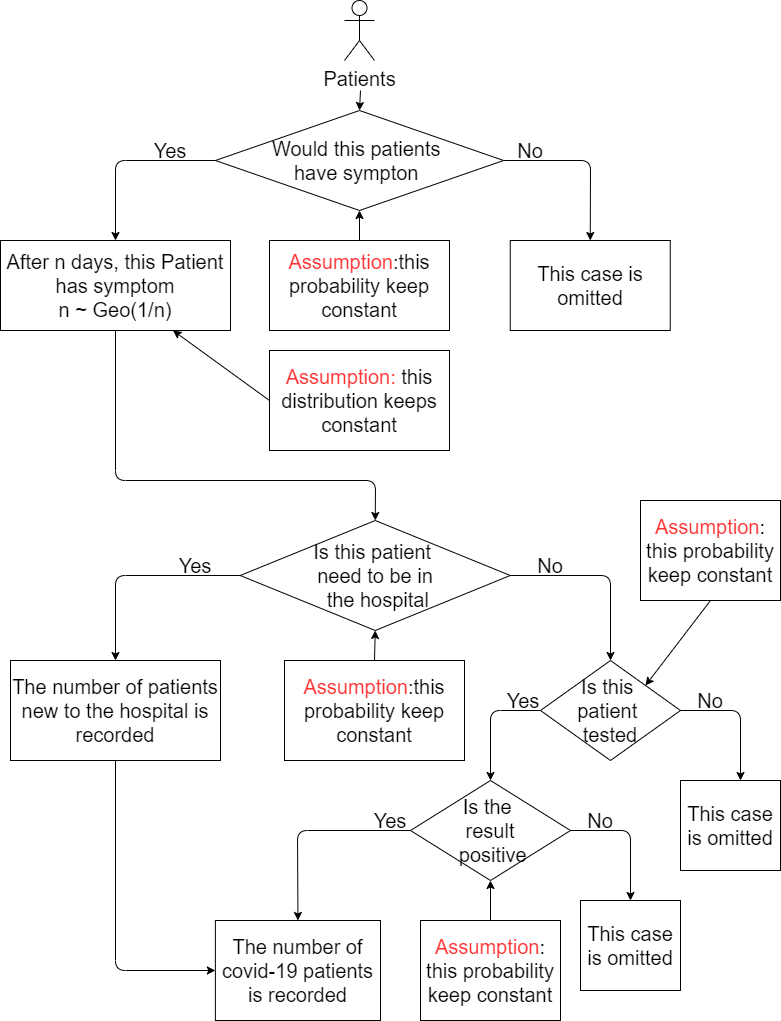
whlduzou/Final-Project-Wang-Hanlin keeps this draw.io diagram as binomialtrees.png. Above is the earlier version. Source tidied: cells renumbered, new cells last; positions are measured from the earlier drawing's top-left corner, leaving out a move shared by most shapes.
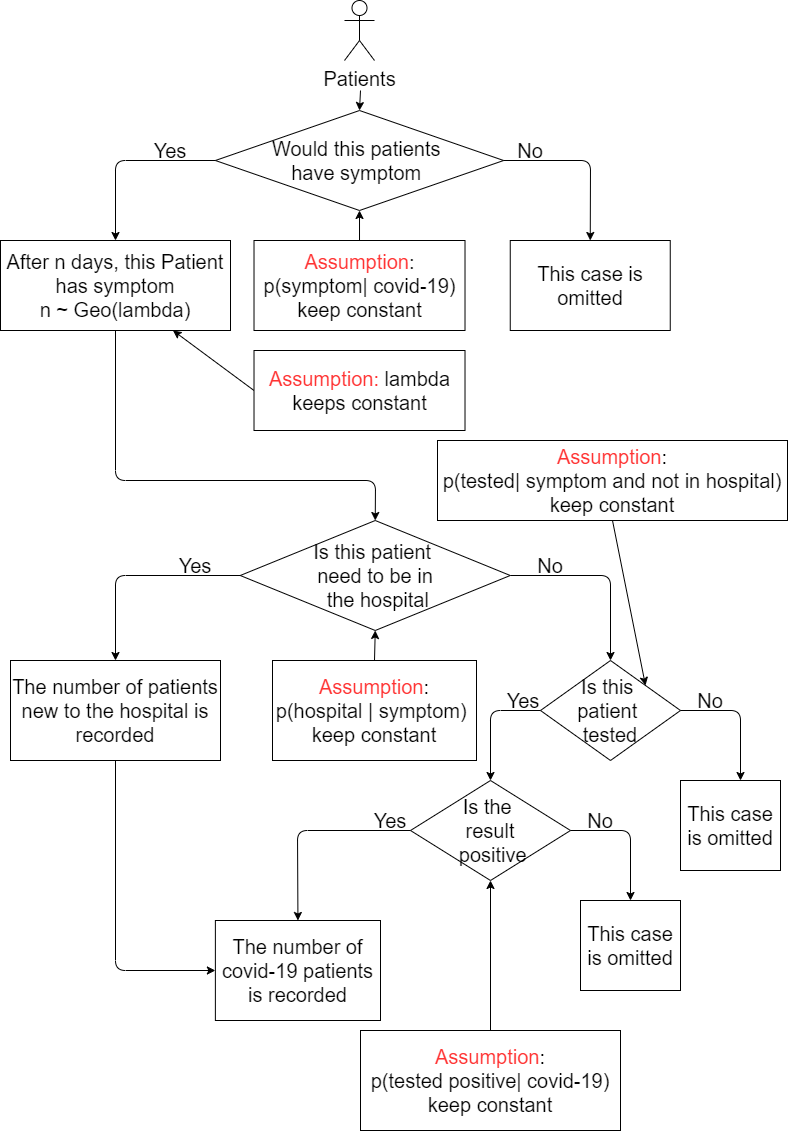
The same diagram one commit later.

The edit, as a diff of the source:
```diff
@@ -10,10 +10,10 @@
         <mxPoint x="360" y="90" as="sourcePoint" />
       </mxGeometry>
     </mxCell>
-    <mxCell id="4" value="&lt;font style=&quot;font-size: 20px&quot;&gt;After n days, this Patient has symptom&lt;br&gt;n ~ Geo(1/n)&lt;/font&gt;" style="rounded=0;whiteSpace=wrap;html=1;" parent="1" vertex="1">
+    <mxCell id="4" value="&lt;font style=&quot;font-size: 20px&quot;&gt;After n days, this Patient has symptom&lt;br&gt;n ~ Geo(lambda)&lt;/font&gt;" style="rounded=0;whiteSpace=wrap;html=1;" parent="1" vertex="1">
       <mxGeometry y="240" width="230" height="90" as="geometry" />
     </mxCell>
-    <mxCell id="5" value="&lt;font style=&quot;font-size: 20px&quot;&gt;Would this patients &lt;br&gt;have sympton&amp;nbsp;&lt;/font&gt;" style="rhombus;whiteSpace=wrap;html=1;" parent="1" vertex="1">
+    <mxCell id="5" value="&lt;font style=&quot;font-size: 20px&quot;&gt;Would this patients &lt;br&gt;have symptom&amp;nbsp;&lt;/font&gt;" style="rhombus;whiteSpace=wrap;html=1;" parent="1" vertex="1">
       <mxGeometry x="214.9" y="110" width="288.2" height="100" as="geometry" />
     </mxCell>
     <mxCell id="6" style="endArrow=classic;html=1;exitX=0;exitY=0.5;exitDx=0;exitDy=0;entryX=0.5;entryY=0;entryDx=0;entryDy=0;" parent="1" edge="1" source="5" target="4">
@@ -39,8 +39,8 @@
     <mxCell id="10" value="&lt;font style=&quot;font-size: 20px&quot;&gt;No&lt;/font&gt;" style="text;html=1;strokeColor=none;fillColor=none;align=center;verticalAlign=middle;whiteSpace=wrap;rounded=0;" parent="1" vertex="1">
       <mxGeometry x="509.8" y="140" width="40" height="20" as="geometry" />
     </mxCell>
-    <mxCell id="11" value="&lt;font style=&quot;font-size: 20px&quot;&gt;&lt;font color=&quot;#ff3333&quot;&gt;Assumption&lt;/font&gt;:this probability keep constant&lt;/font&gt;" style="rounded=0;whiteSpace=wrap;html=1;" parent="1" vertex="1">
-      <mxGeometry x="269" y="240" width="180" height="90" as="geometry" />
+    <mxCell id="11" value="&lt;font style=&quot;font-size: 20px&quot;&gt;&lt;font color=&quot;#ff3333&quot;&gt;Assumption&lt;/font&gt;:&lt;br&gt;p(symptom| covid-19) keep constant&lt;/font&gt;" style="rounded=0;whiteSpace=wrap;html=1;" parent="1" vertex="1">
+      <mxGeometry x="253.5" y="240" width="211" height="90" as="geometry" />
     </mxCell>
     <mxCell id="12" style="endArrow=classic;html=1;entryX=0.5;entryY=1;entryDx=0;entryDy=0;exitX=0.5;exitY=0;exitDx=0;exitDy=0;" parent="1" edge="1" source="11" target="5">
       <mxGeometry relative="1" as="geometry" />
@@ -48,8 +48,8 @@
     <mxCell id="13" style="endArrow=classic;html=1;entryX=0.75;entryY=1;entryDx=0;entryDy=0;exitX=0;exitY=0.5;exitDx=0;exitDy=0;" parent="1" edge="1" source="14" target="4">
       <mxGeometry relative="1" as="geometry" />
     </mxCell>
-    <mxCell id="14" value="&lt;font style=&quot;font-size: 20px&quot;&gt;&lt;font color=&quot;#ff3333&quot;&gt;Assumption:&lt;/font&gt; this distribution keeps constant&lt;/font&gt;" style="rounded=0;whiteSpace=wrap;html=1;" parent="1" vertex="1">
-      <mxGeometry x="269" y="350" width="180" height="100" as="geometry" />
+    <mxCell id="14" value="&lt;font style=&quot;font-size: 20px&quot;&gt;&lt;font color=&quot;#ff3333&quot;&gt;Assumption:&lt;/font&gt;&amp;nbsp;lambda keeps constant&lt;/font&gt;" style="rounded=0;whiteSpace=wrap;html=1;" parent="1" vertex="1">
+      <mxGeometry x="253.5" y="350" width="211" height="80" as="geometry" />
     </mxCell>
     <mxCell id="15" style="endArrow=classic;html=1;exitX=0.5;exitY=1;exitDx=0;exitDy=0;entryX=0.5;entryY=0;entryDx=0;entryDy=0;" parent="1" edge="1" source="4" target="16">
       <mxGeometry relative="1" as="geometry">
@@ -82,8 +82,8 @@
     <mxCell id="20" value="&lt;font style=&quot;font-size: 20px&quot;&gt;No&lt;/font&gt;" style="text;html=1;strokeColor=none;fillColor=none;align=center;verticalAlign=middle;whiteSpace=wrap;rounded=0;" parent="1" vertex="1">
       <mxGeometry x="530" y="555" width="40" height="20" as="geometry" />
     </mxCell>
-    <mxCell id="21" value="&lt;font style=&quot;font-size: 20px&quot;&gt;&lt;font color=&quot;#ff3333&quot;&gt;Assumption&lt;/font&gt;:this probability keep constant&lt;/font&gt;" style="rounded=0;whiteSpace=wrap;html=1;" parent="1" vertex="1">
-      <mxGeometry x="284" y="660" width="180" height="100" as="geometry" />
+    <mxCell id="21" value="&lt;font style=&quot;font-size: 20px&quot;&gt;&lt;font color=&quot;#ff3333&quot;&gt;Assumption&lt;/font&gt;:&lt;br&gt;p(hospital | symptom) &lt;br&gt;keep constant&lt;/font&gt;" style="rounded=0;whiteSpace=wrap;html=1;" parent="1" vertex="1">
+      <mxGeometry x="272" y="660" width="204" height="100" as="geometry" />
     </mxCell>
     <mxCell id="22" style="endArrow=classic;html=1;entryX=0.5;entryY=1;entryDx=0;entryDy=0;exitX=0.5;exitY=0;exitDx=0;exitDy=0;" parent="1" edge="1" source="21" target="16">
       <mxGeometry relative="1" as="geometry" />
@@ -154,14 +154,14 @@
         </Array>
       </mxGeometry>
     </mxCell>
-    <mxCell id="38" value="&lt;font style=&quot;font-size: 20px&quot;&gt;&lt;font color=&quot;#ff3333&quot;&gt;Assumption&lt;/font&gt;:&lt;br&gt;this probability keep constant&lt;/font&gt;" style="rounded=0;whiteSpace=wrap;html=1;" parent="1" vertex="1">
-      <mxGeometry x="420" y="920" width="140" height="100" as="geometry" />
+    <mxCell id="38" value="&lt;font style=&quot;font-size: 20px&quot;&gt;&lt;font color=&quot;#ff3333&quot;&gt;Assumption&lt;/font&gt;:&lt;br&gt;p(tested positive| covid-19) keep constant&lt;/font&gt;" style="rounded=0;whiteSpace=wrap;html=1;" parent="1" vertex="1">
+      <mxGeometry x="360" y="1030" width="260" height="100" as="geometry" />
     </mxCell>
     <mxCell id="39" style="endArrow=classic;html=1;exitX=0.5;exitY=0;exitDx=0;exitDy=0;entryX=0.5;entryY=1;entryDx=0;entryDy=0;" parent="1" edge="1" source="38" target="30">
       <mxGeometry relative="1" as="geometry" />
     </mxCell>
-    <mxCell id="40" value="&lt;font style=&quot;font-size: 20px&quot;&gt;&lt;font color=&quot;#ff3333&quot;&gt;Assumption&lt;/font&gt;:&lt;br&gt;this probability keep constant&lt;/font&gt;" style="rounded=0;whiteSpace=wrap;html=1;" parent="1" vertex="1">
-      <mxGeometry x="640" y="500" width="140" height="100" as="geometry" />
+    <mxCell id="40" value="&lt;font style=&quot;font-size: 20px&quot;&gt;&lt;font color=&quot;#ff3333&quot;&gt;Assumption&lt;/font&gt;:&lt;br&gt;p(tested| symptom and not in hospital) keep constant&lt;/font&gt;" style="rounded=0;whiteSpace=wrap;html=1;" parent="1" vertex="1">
+      <mxGeometry x="437" y="440" width="350" height="80" as="geometry" />
     </mxCell>
     <mxCell id="41" style="endArrow=classic;html=1;exitX=0.5;exitY=1;exitDx=0;exitDy=0;entryX=1;entryY=0;entryDx=0;entryDy=0;" parent="1" edge="1" source="40" target="24">
       <mxGeometry relative="1" as="geometry" />
```
